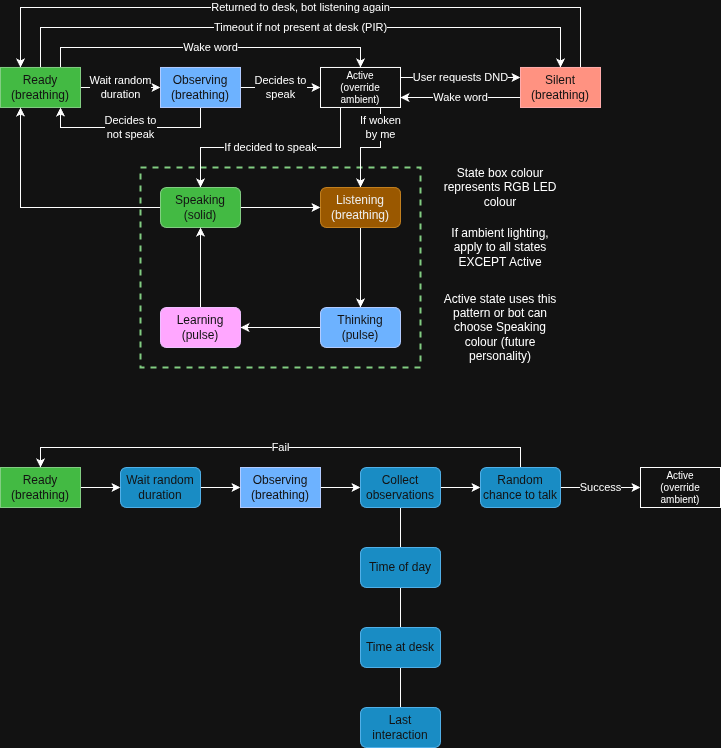
Above: docs/diagrams/State Machine.png in javidahmed64592/pi-bot (draw.io), before the change. Source tidied: cells renumbered, new cells last; positions are measured from the earlier drawing's top-left corner, leaving out a move shared by most shapes.
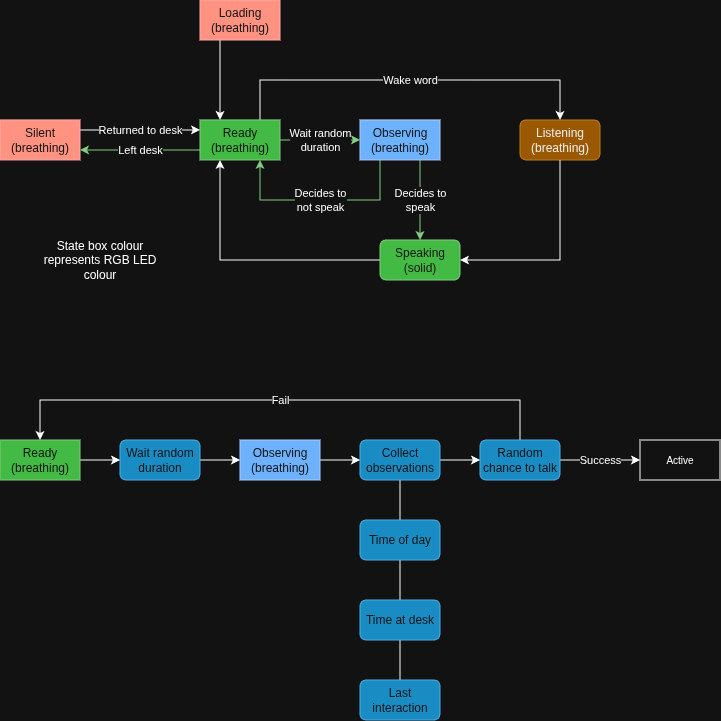
The same file after the commit.

Diff of the diagram source:
```diff
@@ -2,107 +2,58 @@
   <root>
     <mxCell id="0" />
     <mxCell id="1" parent="0" />
-    <mxCell id="2" style="rounded=0;whiteSpace=wrap;html=1;dashed=1;fillColor=none;fontColor=#ffffff;strokeColor=#005700;strokeWidth=2;" parent="1" vertex="1">
-      <mxGeometry x="140" y="160" width="280" height="200" as="geometry" />
-    </mxCell>
-    <mxCell id="3" value="Wait random&lt;div&gt;duration&lt;/div&gt;" style="edgeStyle=orthogonalEdgeStyle;rounded=0;jettySize=auto;html=1;entryX=0;entryY=0.5;entryDx=0;entryDy=0;" parent="1" edge="1" source="6" target="9">
+    <mxCell id="3" value="Wait random&lt;div&gt;duration&lt;/div&gt;" style="edgeStyle=orthogonalEdgeStyle;rounded=0;jettySize=auto;html=1;entryX=0;entryY=0.5;entryDx=0;entryDy=0;fillColor=#008a00;strokeColor=#005700;" parent="1" edge="1" source="6" target="9">
       <mxGeometry relative="1" as="geometry" />
     </mxCell>
-    <mxCell id="4" value="Wake word" style="edgeStyle=orthogonalEdgeStyle;rounded=0;jettySize=auto;html=1;entryX=0.5;entryY=0;entryDx=0;entryDy=0;exitX=0.75;exitY=0;exitDx=0;exitDy=0;" parent="1" edge="1" source="6" target="13">
-      <mxGeometry relative="1" as="geometry">
-        <Array as="points">
-          <mxPoint x="60" y="40" />
-          <mxPoint x="360" y="40" />
-        </Array>
-      </mxGeometry>
-    </mxCell>
-    <mxCell id="5" value="Timeout if not present at desk (PIR)" style="edgeStyle=orthogonalEdgeStyle;rounded=0;jettySize=auto;html=1;exitX=0.5;exitY=0;exitDx=0;exitDy=0;entryX=0.5;entryY=0;entryDx=0;entryDy=0;startArrow=none;startFill=0;" parent="1" edge="1" source="6" target="16">
-      <mxGeometry relative="1" as="geometry">
-        <Array as="points">
-          <mxPoint x="40" y="20" />
-          <mxPoint x="560" y="20" />
-        </Array>
-      </mxGeometry>
+    <mxCell id="5" value="Left desk" style="edgeStyle=orthogonalEdgeStyle;rounded=0;jettySize=auto;html=1;exitX=0;exitY=0.75;exitDx=0;exitDy=0;entryX=1;entryY=0.75;entryDx=0;entryDy=0;fillColor=#008a00;strokeColor=#005700;" parent="1" edge="1" source="6" target="16">
+      <mxGeometry relative="1" as="geometry" />
     </mxCell>
+    <mxCell id="47" value="Wake word" style="edgeStyle=orthogonalEdgeStyle;rounded=0;jettySize=auto;html=1;exitX=0.75;exitY=0;exitDx=0;exitDy=0;entryX=0.5;entryY=0;entryDx=0;entryDy=0;" parent="1" edge="1" source="6" target="18">
+      <mxGeometry relative="1" as="geometry">
+        <Array as="points">
+          <mxPoint x="260" y="100" />
+          <mxPoint x="560" y="100" />
+        </Array>
+      </mxGeometry>
+    </mxCell>
     <mxCell id="6" value="Ready&lt;div&gt;(breathing)&lt;/div&gt;" style="rounded=0;whiteSpace=wrap;html=1;fillColor=#008a00;fontColor=#ffffff;strokeColor=#005700;" parent="1" vertex="1">
-      <mxGeometry y="60" width="80" height="40" as="geometry" />
+      <mxGeometry x="200" y="139.9" width="80" height="40" as="geometry" />
     </mxCell>
-    <mxCell id="7" value="Decides to&lt;div&gt;speak&lt;/div&gt;" style="edgeStyle=orthogonalEdgeStyle;rounded=0;jettySize=auto;html=1;exitX=1;exitY=0.5;exitDx=0;exitDy=0;entryX=0;entryY=0.5;entryDx=0;entryDy=0;" parent="1" edge="1" source="9" target="13">
+    <mxCell id="7" value="Decides to&lt;div&gt;speak&lt;/div&gt;" style="edgeStyle=orthogonalEdgeStyle;rounded=0;jettySize=auto;html=1;exitX=0.75;exitY=1;exitDx=0;exitDy=0;entryX=0.5;entryY=0;entryDx=0;entryDy=0;fillColor=#008a00;strokeColor=#005700;" parent="1" edge="1" source="9" target="23">
       <mxGeometry relative="1" as="geometry" />
     </mxCell>
-    <mxCell id="8" value="Decides to&lt;div&gt;not speak&lt;/div&gt;" style="edgeStyle=orthogonalEdgeStyle;rounded=0;jettySize=auto;html=1;entryX=0.75;entryY=1;entryDx=0;entryDy=0;" parent="1" edge="1" source="9" target="6">
+    <mxCell id="8" value="Decides to&lt;div&gt;not speak&lt;/div&gt;" style="edgeStyle=orthogonalEdgeStyle;rounded=0;jettySize=auto;html=1;entryX=0.75;entryY=1;entryDx=0;entryDy=0;fillColor=#008a00;strokeColor=#005700;exitX=0.25;exitY=1;exitDx=0;exitDy=0;" parent="1" edge="1" source="9" target="6">
       <mxGeometry relative="1" as="geometry">
         <Array as="points">
-          <mxPoint x="200" y="120" />
-          <mxPoint x="60" y="120" />
+          <mxPoint x="380" y="220" />
+          <mxPoint x="260" y="220" />
         </Array>
       </mxGeometry>
     </mxCell>
     <mxCell id="9" value="Observing&lt;div&gt;(breathing)&lt;/div&gt;" style="rounded=0;whiteSpace=wrap;html=1;fillColor=#0050ef;fontColor=#ffffff;strokeColor=#001DBC;" parent="1" vertex="1">
-      <mxGeometry x="160" y="60" width="80" height="40" as="geometry" />
+      <mxGeometry x="360" y="139.9" width="80" height="40" as="geometry" />
     </mxCell>
-    <mxCell id="10" value="If woken&lt;div&gt;by me&lt;/div&gt;" style="edgeStyle=orthogonalEdgeStyle;rounded=0;jettySize=auto;html=1;entryX=0.5;entryY=0;entryDx=0;entryDy=0;exitX=0.75;exitY=1;exitDx=0;exitDy=0;" parent="1" edge="1" source="13" target="18">
-      <mxGeometry x="-0.6" relative="1" as="geometry" />
-    </mxCell>
-    <mxCell id="11" value="If decided to speak" style="edgeStyle=orthogonalEdgeStyle;rounded=0;jettySize=auto;html=1;exitX=0.25;exitY=1;exitDx=0;exitDy=0;entryX=0.5;entryY=0;entryDx=0;entryDy=0;" parent="1" edge="1" source="13" target="23">
-      <mxGeometry relative="1" as="geometry" />
-    </mxCell>
-    <mxCell id="12" value="User requests DND" style="edgeStyle=orthogonalEdgeStyle;rounded=0;jettySize=auto;html=1;exitX=1;exitY=0.25;exitDx=0;exitDy=0;entryX=0;entryY=0.25;entryDx=0;entryDy=0;" parent="1" edge="1" source="13" target="16">
-      <mxGeometry relative="1" as="geometry" />
-    </mxCell>
-    <mxCell id="13" value="Active&lt;div&gt;(override ambient)&lt;/div&gt;" style="rounded=0;whiteSpace=wrap;html=1;fontSize=10;" parent="1" vertex="1">
-      <mxGeometry x="320" y="60" width="80" height="40" as="geometry" />
-    </mxCell>
-    <mxCell id="14" value="Wake word" style="edgeStyle=orthogonalEdgeStyle;rounded=0;jettySize=auto;html=1;exitX=0;exitY=0.75;exitDx=0;exitDy=0;entryX=1;entryY=0.75;entryDx=0;entryDy=0;" parent="1" edge="1" source="16" target="13">
-      <mxGeometry relative="1" as="geometry" />
-    </mxCell>
-    <mxCell id="15" value="Returned to desk, bot listening again" style="edgeStyle=orthogonalEdgeStyle;rounded=0;jettySize=auto;html=1;exitX=0.75;exitY=0;exitDx=0;exitDy=0;entryX=0.25;entryY=0;entryDx=0;entryDy=0;" parent="1" edge="1" source="16" target="6">
-      <mxGeometry relative="1" as="geometry">
-        <Array as="points">
-          <mxPoint x="580" />
-          <mxPoint x="20" />
-        </Array>
-      </mxGeometry>
+    <mxCell id="15" value="Returned to desk" style="edgeStyle=orthogonalEdgeStyle;rounded=0;jettySize=auto;html=1;exitX=1;exitY=0.25;exitDx=0;exitDy=0;entryX=0;entryY=0.25;entryDx=0;entryDy=0;" parent="1" edge="1" source="16" target="6">
+      <mxGeometry relative="1" as="geometry" />
     </mxCell>
     <mxCell id="16" value="Silent&lt;div&gt;(breathing)&lt;/div&gt;" style="rounded=0;whiteSpace=wrap;html=1;fillColor=#e51400;fontColor=#ffffff;strokeColor=#B20000;" parent="1" vertex="1">
-      <mxGeometry x="520" y="60" width="80" height="40" as="geometry" />
+      <mxGeometry y="139.9" width="80" height="40" as="geometry" />
     </mxCell>
-    <mxCell id="17" style="edgeStyle=orthogonalEdgeStyle;rounded=0;jettySize=auto;html=1;entryX=0.5;entryY=0;entryDx=0;entryDy=0;" parent="1" edge="1" source="18" target="20">
-      <mxGeometry relative="1" as="geometry" />
-    </mxCell>
     <mxCell id="18" value="Listening&lt;div&gt;(breathing)&lt;/div&gt;" style="rounded=1;whiteSpace=wrap;html=1;fillColor=#f0a30a;fontColor=#000000;strokeColor=#BD7000;" parent="1" vertex="1">
-      <mxGeometry x="320" y="180" width="80" height="40" as="geometry" />
+      <mxGeometry x="520" y="139.9" width="80" height="40" as="geometry" />
     </mxCell>
-    <mxCell id="19" style="edgeStyle=orthogonalEdgeStyle;rounded=0;jettySize=auto;html=1;entryX=1;entryY=0.5;entryDx=0;entryDy=0;" parent="1" edge="1" source="20" target="25">
-      <mxGeometry relative="1" as="geometry" />
-    </mxCell>
-    <mxCell id="20" value="Thinking&lt;div&gt;(pulse)&lt;/div&gt;" style="rounded=1;whiteSpace=wrap;html=1;fillColor=#0050ef;fontColor=#ffffff;strokeColor=#001DBC;" parent="1" vertex="1">
-      <mxGeometry x="320" y="300" width="80" height="40" as="geometry" />
-    </mxCell>
     <mxCell id="21" style="edgeStyle=orthogonalEdgeStyle;rounded=0;jettySize=auto;html=1;entryX=0.25;entryY=1;entryDx=0;entryDy=0;" parent="1" edge="1" source="23" target="6">
       <mxGeometry relative="1" as="geometry" />
     </mxCell>
-    <mxCell id="22" style="edgeStyle=orthogonalEdgeStyle;rounded=0;jettySize=auto;html=1;entryX=0;entryY=0.5;entryDx=0;entryDy=0;" parent="1" edge="1" source="23" target="18">
+    <mxCell id="22" style="edgeStyle=orthogonalEdgeStyle;rounded=0;jettySize=auto;html=1;entryX=1;entryY=0.5;entryDx=0;entryDy=0;exitX=0.5;exitY=1;exitDx=0;exitDy=0;" parent="1" edge="1" source="18" target="23">
       <mxGeometry relative="1" as="geometry" />
     </mxCell>
     <mxCell id="23" value="Speaking&lt;div&gt;(solid)&lt;/div&gt;" style="rounded=1;whiteSpace=wrap;html=1;fillColor=#008a00;fontColor=#ffffff;strokeColor=#005700;" parent="1" vertex="1">
-      <mxGeometry x="160" y="180" width="80" height="40" as="geometry" />
+      <mxGeometry x="380" y="260" width="80" height="40" as="geometry" />
     </mxCell>
-    <mxCell id="24" style="edgeStyle=orthogonalEdgeStyle;rounded=0;jettySize=auto;html=1;entryX=0.5;entryY=1;entryDx=0;entryDy=0;" parent="1" edge="1" source="25" target="23">
-      <mxGeometry relative="1" as="geometry" />
-    </mxCell>
-    <mxCell id="25" value="Learning&lt;div&gt;(pulse)&lt;/div&gt;" style="rounded=1;whiteSpace=wrap;html=1;fillColor=#6a00ff;fontColor=#ffffff;strokeColor=#3700CC;" parent="1" vertex="1">
-      <mxGeometry x="160" y="300" width="80" height="40" as="geometry" />
-    </mxCell>
     <mxCell id="26" value="State box colour represents RGB LED colour" style="text;html=1;whiteSpace=wrap;strokeColor=none;fillColor=none;align=center;verticalAlign=middle;rounded=0;" parent="1" vertex="1">
-      <mxGeometry x="440" y="160" width="120" height="40" as="geometry" />
+      <mxGeometry x="40" y="260" width="120" height="40" as="geometry" />
     </mxCell>
-    <mxCell id="27" value="If ambient lighting, apply to all states EXCEPT Active" style="text;html=1;whiteSpace=wrap;strokeColor=none;fillColor=none;align=center;verticalAlign=middle;rounded=0;" parent="1" vertex="1">
-      <mxGeometry x="440" y="220" width="120" height="40" as="geometry" />
-    </mxCell>
-    <mxCell id="28" value="Active state uses this pattern or bot can choose Speaking colour (future personality)" style="text;html=1;whiteSpace=wrap;strokeColor=none;fillColor=none;align=center;verticalAlign=middle;rounded=0;" parent="1" vertex="1">
-      <mxGeometry x="440" y="300" width="120" height="40" as="geometry" />
-    </mxCell>
     <mxCell id="29" style="edgeStyle=orthogonalEdgeStyle;rounded=0;jettySize=auto;html=1;exitX=1;exitY=0.5;exitDx=0;exitDy=0;entryX=0;entryY=0.5;entryDx=0;entryDy=0;" parent="1" edge="1" source="30" target="37">
       <mxGeometry relative="1" as="geometry" />
     </mxCell>
@@ -151,16 +102,22 @@
     <mxCell id="44" value="Fail" style="edgeStyle=orthogonalEdgeStyle;rounded=0;jettySize=auto;html=1;entryX=0.5;entryY=0;entryDx=0;entryDy=0;" parent="1" edge="1" source="45" target="34">
       <mxGeometry relative="1" as="geometry">
         <Array as="points">
-          <mxPoint x="520" y="440" />
-          <mxPoint x="40" y="440" />
+          <mxPoint x="520" y="420" />
+          <mxPoint x="40" y="420" />
         </Array>
       </mxGeometry>
     </mxCell>
     <mxCell id="45" value="Random chance to talk" style="rounded=1;whiteSpace=wrap;html=1;fillColor=#1ba1e2;fontColor=#ffffff;strokeColor=#006EAF;" parent="1" vertex="1">
       <mxGeometry x="480" y="460" width="80" height="40" as="geometry" />
     </mxCell>
-    <mxCell id="46" value="Active&lt;div&gt;(override ambient)&lt;/div&gt;" style="rounded=0;whiteSpace=wrap;html=1;fontSize=10;" parent="1" vertex="1">
+    <mxCell id="46" value="Active" style="rounded=0;whiteSpace=wrap;html=1;fontSize=10;" parent="1" vertex="1">
       <mxGeometry x="640" y="460" width="80" height="40" as="geometry" />
     </mxCell>
+    <mxCell id="48" style="edgeStyle=orthogonalEdgeStyle;rounded=0;jettySize=auto;html=1;exitX=0.25;exitY=1;exitDx=0;exitDy=0;entryX=0.25;entryY=0;entryDx=0;entryDy=0;" parent="1" edge="1" source="49" target="6">
+      <mxGeometry relative="1" as="geometry" />
+    </mxCell>
+    <mxCell id="49" value="Loading&lt;div&gt;(breathing)&lt;/div&gt;" style="rounded=0;whiteSpace=wrap;html=1;fillColor=#e51400;fontColor=#ffffff;strokeColor=#B20000;" parent="1" vertex="1">
+      <mxGeometry x="200" y="20" width="80" height="40" as="geometry" />
+    </mxCell>
   </root>
 </mxGraphModel>
```
